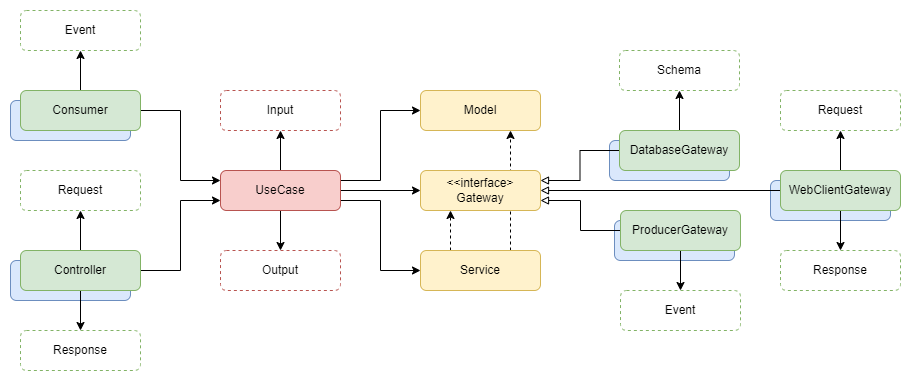
Above: imgs/arch.png in LuanPSantos/Clean-Architecture-Simplified (draw.io), before the change. Source tidied: cells renumbered, new cells last; positions are measured from the earlier drawing's top-left corner, leaving out a move shared by most shapes.
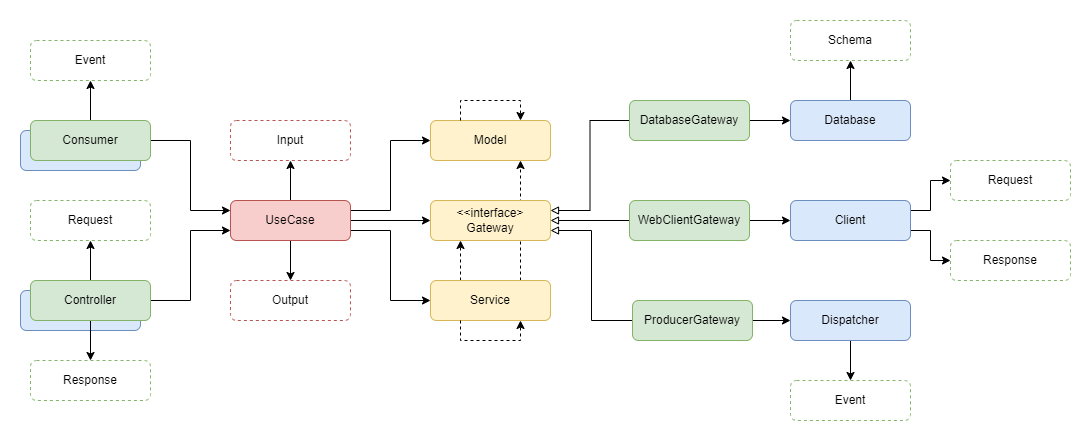
After the commit.

Diff of the diagram source:
```diff
@@ -3,130 +3,150 @@
     <mxCell id="0" />
     <mxCell id="1" parent="0" />
     <mxCell id="2" style="rounded=1;whiteSpace=wrap;html=1;strokeColor=#6c8ebf;fillColor=#dae8fc;" parent="1" vertex="1">
-      <mxGeometry x="604" y="210" width="120" height="40" as="geometry" />
+      <mxGeometry x="-30" y="230" width="120" height="40" as="geometry" />
     </mxCell>
     <mxCell id="3" style="rounded=1;whiteSpace=wrap;html=1;strokeColor=#6c8ebf;fillColor=#dae8fc;" parent="1" vertex="1">
-      <mxGeometry x="599" y="130" width="120" height="40" as="geometry" />
+      <mxGeometry x="-30" y="70" width="120" height="40" as="geometry" />
     </mxCell>
-    <mxCell id="4" style="rounded=1;whiteSpace=wrap;html=1;strokeColor=#6c8ebf;fillColor=#dae8fc;" parent="1" vertex="1">
-      <mxGeometry x="760" y="170" width="120" height="40" as="geometry" />
+    <mxCell id="4" style="edgeStyle=orthogonalEdgeStyle;rounded=0;jettySize=auto;html=1;exitX=1;exitY=0.25;exitDx=0;exitDy=0;entryX=0;entryY=0.5;entryDx=0;entryDy=0;endArrow=classic;endFill=1;" parent="1" edge="1" source="9" target="14">
+      <mxGeometry relative="1" as="geometry" />
     </mxCell>
-    <mxCell id="5" style="rounded=1;whiteSpace=wrap;html=1;strokeColor=#6c8ebf;fillColor=#dae8fc;" parent="1" vertex="1">
-      <mxGeometry y="250" width="120" height="40" as="geometry" />
+    <mxCell id="5" style="edgeStyle=orthogonalEdgeStyle;rounded=0;jettySize=auto;html=1;exitX=0.5;exitY=0;exitDx=0;exitDy=0;entryX=0.5;entryY=1;entryDx=0;entryDy=0;endArrow=classic;endFill=1;" parent="1" edge="1" source="9" target="23">
+      <mxGeometry relative="1" as="geometry" />
     </mxCell>
-    <mxCell id="6" style="rounded=1;whiteSpace=wrap;html=1;strokeColor=#6c8ebf;fillColor=#dae8fc;" parent="1" vertex="1">
-      <mxGeometry y="90" width="120" height="40" as="geometry" />
+    <mxCell id="6" style="edgeStyle=orthogonalEdgeStyle;rounded=0;jettySize=auto;html=1;exitX=0.5;exitY=1;exitDx=0;exitDy=0;entryX=0.5;entryY=0;entryDx=0;entryDy=0;endArrow=classic;endFill=1;" parent="1" edge="1" source="9" target="24">
+      <mxGeometry relative="1" as="geometry" />
     </mxCell>
-    <mxCell id="7" style="edgeStyle=orthogonalEdgeStyle;rounded=0;jettySize=auto;html=1;exitX=1;exitY=0.25;exitDx=0;exitDy=0;entryX=0;entryY=0.5;entryDx=0;entryDy=0;endArrow=classic;endFill=1;" parent="1" edge="1" source="12" target="17">
+    <mxCell id="7" style="edgeStyle=orthogonalEdgeStyle;rounded=0;jettySize=auto;html=1;exitX=1;exitY=0.75;exitDx=0;exitDy=0;entryX=0;entryY=0.5;entryDx=0;entryDy=0;endArrow=classic;endFill=1;" parent="1" edge="1" source="9" target="17">
       <mxGeometry relative="1" as="geometry" />
     </mxCell>
-    <mxCell id="8" style="edgeStyle=orthogonalEdgeStyle;rounded=0;jettySize=auto;html=1;exitX=0.5;exitY=0;exitDx=0;exitDy=0;entryX=0.5;entryY=1;entryDx=0;entryDy=0;endArrow=classic;endFill=1;" parent="1" edge="1" source="12" target="27">
+    <mxCell id="8" style="edgeStyle=orthogonalEdgeStyle;rounded=0;jettySize=auto;html=1;exitX=1;exitY=0.5;exitDx=0;exitDy=0;entryX=0;entryY=0.5;entryDx=0;entryDy=0;endArrow=classic;endFill=1;" parent="1" edge="1" source="9" target="41">
       <mxGeometry relative="1" as="geometry" />
     </mxCell>
-    <mxCell id="9" style="edgeStyle=orthogonalEdgeStyle;rounded=0;jettySize=auto;html=1;exitX=0.5;exitY=1;exitDx=0;exitDy=0;entryX=0.5;entryY=0;entryDx=0;entryDy=0;endArrow=classic;endFill=1;" parent="1" edge="1" source="12" target="28">
-      <mxGeometry relative="1" as="geometry" />
+    <mxCell id="9" value="UseCase" style="rounded=1;whiteSpace=wrap;html=1;strokeColor=#b85450;fillColor=#f8cecc;" parent="1" vertex="1">
+      <mxGeometry x="180" y="140" width="120" height="40" as="geometry" />
     </mxCell>
-    <mxCell id="10" style="edgeStyle=orthogonalEdgeStyle;rounded=0;jettySize=auto;html=1;exitX=1;exitY=0.75;exitDx=0;exitDy=0;entryX=0;entryY=0.5;entryDx=0;entryDy=0;endArrow=classic;endFill=1;" parent="1" edge="1" source="12" target="20">
+    <mxCell id="10" style="edgeStyle=orthogonalEdgeStyle;rounded=0;jettySize=auto;html=1;exitX=1;exitY=0.5;exitDx=0;exitDy=0;entryX=0;entryY=0.75;entryDx=0;entryDy=0;endArrow=classic;endFill=1;" parent="1" edge="1" source="13" target="9">
       <mxGeometry relative="1" as="geometry" />
     </mxCell>
-    <mxCell id="11" style="edgeStyle=orthogonalEdgeStyle;rounded=0;jettySize=auto;html=1;exitX=1;exitY=0.5;exitDx=0;exitDy=0;entryX=0;entryY=0.5;entryDx=0;entryDy=0;endArrow=classic;endFill=1;" parent="1" edge="1" source="12" target="43">
+    <mxCell id="11" style="edgeStyle=orthogonalEdgeStyle;rounded=0;jettySize=auto;html=1;exitX=0.5;exitY=0;exitDx=0;exitDy=0;entryX=0.5;entryY=1;entryDx=0;entryDy=0;endArrow=classic;endFill=1;" parent="1" edge="1" source="13" target="21">
       <mxGeometry relative="1" as="geometry" />
     </mxCell>
-    <mxCell id="12" value="UseCase" style="rounded=1;whiteSpace=wrap;html=1;strokeColor=#b85450;fillColor=#f8cecc;" parent="1" vertex="1">
-      <mxGeometry x="210" y="160" width="120" height="40" as="geometry" />
+    <mxCell id="12" style="edgeStyle=orthogonalEdgeStyle;rounded=0;jettySize=auto;html=1;exitX=0.5;exitY=1;exitDx=0;exitDy=0;entryX=0.5;entryY=0;entryDx=0;entryDy=0;endArrow=classic;endFill=1;" parent="1" edge="1" source="13" target="22">
+      <mxGeometry relative="1" as="geometry" />
     </mxCell>
-    <mxCell id="13" style="edgeStyle=orthogonalEdgeStyle;rounded=0;jettySize=auto;html=1;exitX=1;exitY=0.5;exitDx=0;exitDy=0;entryX=0;entryY=0.75;entryDx=0;entryDy=0;endArrow=classic;endFill=1;" parent="1" edge="1" source="16" target="12">
-      <mxGeometry relative="1" as="geometry" />
+    <mxCell id="13" value="Controller" style="rounded=1;whiteSpace=wrap;html=1;strokeColor=#82b366;fillColor=#d5e8d4;" parent="1" vertex="1">
+      <mxGeometry x="-20" y="220" width="120" height="40" as="geometry" />
     </mxCell>
-    <mxCell id="14" style="edgeStyle=orthogonalEdgeStyle;rounded=0;jettySize=auto;html=1;exitX=0.5;exitY=0;exitDx=0;exitDy=0;entryX=0.5;entryY=1;entryDx=0;entryDy=0;endArrow=classic;endFill=1;" parent="1" edge="1" source="16" target="25">
-      <mxGeometry relative="1" as="geometry" />
+    <mxCell id="14" value="Model" style="rounded=1;whiteSpace=wrap;html=1;strokeColor=#d6b656;fillColor=#fff2cc;" parent="1" vertex="1">
+      <mxGeometry x="380" y="60" width="120" height="40" as="geometry" />
     </mxCell>
-    <mxCell id="15" style="edgeStyle=orthogonalEdgeStyle;rounded=0;jettySize=auto;html=1;exitX=0.5;exitY=1;exitDx=0;exitDy=0;entryX=0.5;entryY=0;entryDx=0;entryDy=0;endArrow=classic;endFill=1;" parent="1" edge="1" source="16" target="26">
+    <mxCell id="15" style="edgeStyle=orthogonalEdgeStyle;rounded=0;jettySize=auto;html=1;exitX=0.25;exitY=0;exitDx=0;exitDy=0;entryX=0.25;entryY=1;entryDx=0;entryDy=0;dashed=1;" parent="1" edge="1" source="17" target="41">
       <mxGeometry relative="1" as="geometry" />
     </mxCell>
-    <mxCell id="16" value="Controller" style="rounded=1;whiteSpace=wrap;html=1;strokeColor=#82b366;fillColor=#d5e8d4;" parent="1" vertex="1">
-      <mxGeometry x="10" y="240" width="120" height="40" as="geometry" />
+    <mxCell id="16" style="edgeStyle=orthogonalEdgeStyle;rounded=0;jettySize=auto;html=1;exitX=0.75;exitY=0;exitDx=0;exitDy=0;entryX=0.75;entryY=1;entryDx=0;entryDy=0;dashed=1;" parent="1" edge="1" source="17" target="14">
+      <mxGeometry relative="1" as="geometry" />
     </mxCell>
-    <mxCell id="17" value="Model" style="rounded=1;whiteSpace=wrap;html=1;strokeColor=#d6b656;fillColor=#fff2cc;" parent="1" vertex="1">
-      <mxGeometry x="410" y="80" width="120" height="40" as="geometry" />
+    <mxCell id="17" value="Service" style="rounded=1;whiteSpace=wrap;html=1;strokeColor=#d6b656;fillColor=#fff2cc;" parent="1" vertex="1">
+      <mxGeometry x="380" y="220" width="120" height="40" as="geometry" />
     </mxCell>
-    <mxCell id="18" style="edgeStyle=orthogonalEdgeStyle;rounded=0;jettySize=auto;html=1;exitX=0.25;exitY=0;exitDx=0;exitDy=0;entryX=0.25;entryY=1;entryDx=0;entryDy=0;dashed=1;" parent="1" edge="1" source="20" target="43">
+    <mxCell id="18" style="edgeStyle=orthogonalEdgeStyle;rounded=0;jettySize=auto;html=1;exitX=1;exitY=0.75;exitDx=0;exitDy=0;entryX=0;entryY=0.5;entryDx=0;entryDy=0;" parent="1" edge="1" source="20" target="38">
       <mxGeometry relative="1" as="geometry" />
     </mxCell>
-    <mxCell id="19" style="edgeStyle=orthogonalEdgeStyle;rounded=0;jettySize=auto;html=1;exitX=0.75;exitY=0;exitDx=0;exitDy=0;entryX=0.75;entryY=1;entryDx=0;entryDy=0;dashed=1;" parent="1" edge="1" source="20" target="17">
+    <mxCell id="19" style="edgeStyle=orthogonalEdgeStyle;rounded=0;jettySize=auto;html=1;exitX=1;exitY=0.25;exitDx=0;exitDy=0;entryX=0;entryY=0.5;entryDx=0;entryDy=0;" parent="1" edge="1" source="20" target="37">
       <mxGeometry relative="1" as="geometry" />
     </mxCell>
-    <mxCell id="20" value="Service" style="rounded=1;whiteSpace=wrap;html=1;strokeColor=#d6b656;fillColor=#fff2cc;" parent="1" vertex="1">
-      <mxGeometry x="410" y="240" width="120" height="40" as="geometry" />
+    <mxCell id="20" value="Client" style="rounded=1;whiteSpace=wrap;html=1;strokeColor=#6c8ebf;fillColor=#dae8fc;" parent="1" vertex="1">
+      <mxGeometry x="740" y="140" width="120" height="40" as="geometry" />
     </mxCell>
-    <mxCell id="21" style="edgeStyle=orthogonalEdgeStyle;rounded=0;jettySize=auto;html=1;exitX=0.5;exitY=1;exitDx=0;exitDy=0;entryX=0.5;entryY=0;entryDx=0;entryDy=0;" parent="1" edge="1" source="24" target="40">
-      <mxGeometry relative="1" as="geometry" />
+    <mxCell id="21" value="Request" style="rounded=1;whiteSpace=wrap;html=1;fillColor=default;strokeColor=#82b366;dashed=1;" parent="1" vertex="1">
+      <mxGeometry x="-20" y="140" width="120" height="40" as="geometry" />
     </mxCell>
-    <mxCell id="22" style="edgeStyle=orthogonalEdgeStyle;rounded=0;jettySize=auto;html=1;exitX=0.5;exitY=0;exitDx=0;exitDy=0;entryX=0.5;entryY=1;entryDx=0;entryDy=0;" parent="1" edge="1" source="24" target="39">
-      <mxGeometry relative="1" as="geometry" />
+    <mxCell id="22" value="Response" style="rounded=1;whiteSpace=wrap;html=1;fillColor=default;strokeColor=#82b366;dashed=1;" parent="1" vertex="1">
+      <mxGeometry x="-20" y="300" width="120" height="40" as="geometry" />
     </mxCell>
-    <mxCell id="23" style="edgeStyle=orthogonalEdgeStyle;rounded=0;jettySize=auto;html=1;exitX=0;exitY=0.5;exitDx=0;exitDy=0;entryX=1;entryY=0.5;entryDx=0;entryDy=0;endArrow=block;endFill=0;" parent="1" edge="1" source="24" target="43">
-      <mxGeometry relative="1" as="geometry" />
+    <mxCell id="23" value="Input" style="rounded=1;whiteSpace=wrap;html=1;fillColor=default;strokeColor=#b85450;dashed=1;" parent="1" vertex="1">
+      <mxGeometry x="180" y="60" width="120" height="40" as="geometry" />
     </mxCell>
-    <mxCell id="24" value="WebClientGateway" style="rounded=1;whiteSpace=wrap;html=1;strokeColor=#82b366;fillColor=#d5e8d4;" parent="1" vertex="1">
-      <mxGeometry x="770" y="160" width="120" height="40" as="geometry" />
+    <mxCell id="24" value="Output" style="rounded=1;whiteSpace=wrap;html=1;fillColor=default;strokeColor=#b85450;dashed=1;" parent="1" vertex="1">
+      <mxGeometry x="180" y="220" width="120" height="40" as="geometry" />
     </mxCell>
-    <mxCell id="25" value="Request" style="rounded=1;whiteSpace=wrap;html=1;fillColor=default;strokeColor=#82b366;dashed=1;" parent="1" vertex="1">
-      <mxGeometry x="10" y="160" width="120" height="40" as="geometry" />
+    <mxCell id="25" style="edgeStyle=orthogonalEdgeStyle;rounded=0;jettySize=auto;html=1;exitX=0.5;exitY=0;exitDx=0;exitDy=0;entryX=0.5;entryY=1;entryDx=0;entryDy=0;endArrow=classic;endFill=1;" parent="1" edge="1" source="27" target="28">
+      <mxGeometry relative="1" as="geometry" />
     </mxCell>
-    <mxCell id="26" value="Response" style="rounded=1;whiteSpace=wrap;html=1;fillColor=default;strokeColor=#82b366;dashed=1;" parent="1" vertex="1">
-      <mxGeometry x="10" y="320" width="120" height="40" as="geometry" />
+    <mxCell id="26" style="edgeStyle=orthogonalEdgeStyle;rounded=0;jettySize=auto;html=1;exitX=1;exitY=0.5;exitDx=0;exitDy=0;entryX=0;entryY=0.25;entryDx=0;entryDy=0;endArrow=classic;endFill=1;" parent="1" edge="1" source="27" target="9">
+      <mxGeometry relative="1" as="geometry" />
     </mxCell>
-    <mxCell id="27" value="Input" style="rounded=1;whiteSpace=wrap;html=1;fillColor=default;strokeColor=#b85450;dashed=1;" parent="1" vertex="1">
-      <mxGeometry x="210" y="80" width="120" height="40" as="geometry" />
+    <mxCell id="27" value="Consumer" style="rounded=1;whiteSpace=wrap;html=1;strokeColor=#82b366;fillColor=#d5e8d4;" parent="1" vertex="1">
+      <mxGeometry x="-20" y="60" width="120" height="40" as="geometry" />
     </mxCell>
-    <mxCell id="28" value="Output" style="rounded=1;whiteSpace=wrap;html=1;fillColor=default;strokeColor=#b85450;dashed=1;" parent="1" vertex="1">
-      <mxGeometry x="210" y="240" width="120" height="40" as="geometry" />
+    <mxCell id="28" value="Event" style="rounded=1;whiteSpace=wrap;html=1;fillColor=default;strokeColor=#82b366;dashed=1;" parent="1" vertex="1">
+      <mxGeometry x="-20" y="-20" width="120" height="40" as="geometry" />
     </mxCell>
-    <mxCell id="29" style="edgeStyle=orthogonalEdgeStyle;rounded=0;jettySize=auto;html=1;exitX=0.5;exitY=0;exitDx=0;exitDy=0;entryX=0.5;entryY=1;entryDx=0;entryDy=0;endArrow=classic;endFill=1;" parent="1" edge="1" source="31" target="32">
+    <mxCell id="29" style="edgeStyle=orthogonalEdgeStyle;rounded=0;jettySize=auto;html=1;exitX=0;exitY=0.5;exitDx=0;exitDy=0;entryX=1;entryY=0.75;entryDx=0;entryDy=0;endArrow=block;endFill=0;" parent="1" edge="1" source="32" target="41">
       <mxGeometry relative="1" as="geometry" />
     </mxCell>
-    <mxCell id="30" style="edgeStyle=orthogonalEdgeStyle;rounded=0;jettySize=auto;html=1;exitX=1;exitY=0.5;exitDx=0;exitDy=0;entryX=0;entryY=0.25;entryDx=0;entryDy=0;endArrow=classic;endFill=1;" parent="1" edge="1" source="31" target="12">
+    <mxCell id="30" style="edgeStyle=orthogonalEdgeStyle;rounded=0;jettySize=auto;html=1;exitX=0.5;exitY=1;exitDx=0;exitDy=0;entryX=0.5;entryY=0;entryDx=0;entryDy=0;" parent="1" edge="1" source="46" target="40">
       <mxGeometry relative="1" as="geometry" />
     </mxCell>
-    <mxCell id="31" value="Consumer" style="rounded=1;whiteSpace=wrap;html=1;strokeColor=#82b366;fillColor=#d5e8d4;" parent="1" vertex="1">
-      <mxGeometry x="10" y="80" width="120" height="40" as="geometry" />
+    <mxCell id="31" style="edgeStyle=orthogonalEdgeStyle;rounded=0;jettySize=auto;html=1;exitX=1;exitY=0.5;exitDx=0;exitDy=0;entryX=0;entryY=0.5;entryDx=0;entryDy=0;endArrow=classic;endFill=1;" parent="1" edge="1" source="32" target="46">
+      <mxGeometry relative="1" as="geometry" />
     </mxCell>
-    <mxCell id="32" value="Event" style="rounded=1;whiteSpace=wrap;html=1;fillColor=default;strokeColor=#82b366;dashed=1;" parent="1" vertex="1">
-      <mxGeometry x="10" width="120" height="40" as="geometry" />
+    <mxCell id="32" value="ProducerGateway" style="rounded=1;whiteSpace=wrap;html=1;strokeColor=#82b366;fillColor=#d5e8d4;" parent="1" vertex="1">
+      <mxGeometry x="582" y="240" width="120" height="40" as="geometry" />
     </mxCell>
-    <mxCell id="33" style="edgeStyle=orthogonalEdgeStyle;rounded=0;jettySize=auto;html=1;exitX=0;exitY=0.5;exitDx=0;exitDy=0;entryX=1;entryY=0.75;entryDx=0;entryDy=0;endArrow=block;endFill=0;" parent="1" edge="1" source="35" target="43">
+    <mxCell id="33" style="edgeStyle=orthogonalEdgeStyle;rounded=0;jettySize=auto;html=1;exitX=0.5;exitY=0;exitDx=0;exitDy=0;entryX=0.5;entryY=1;entryDx=0;entryDy=0;" parent="1" edge="1" source="42" target="39">
       <mxGeometry relative="1" as="geometry" />
     </mxCell>
-    <mxCell id="34" style="edgeStyle=orthogonalEdgeStyle;rounded=0;jettySize=auto;html=1;exitX=0.5;exitY=1;exitDx=0;exitDy=0;entryX=0.5;entryY=0;entryDx=0;entryDy=0;" parent="1" edge="1" source="35" target="42">
+    <mxCell id="34" style="edgeStyle=orthogonalEdgeStyle;rounded=0;jettySize=auto;html=1;exitX=0;exitY=0.5;exitDx=0;exitDy=0;entryX=1;entryY=0.25;entryDx=0;entryDy=0;endArrow=block;endFill=0;" parent="1" edge="1" source="36" target="41">
       <mxGeometry relative="1" as="geometry" />
     </mxCell>
-    <mxCell id="35" value="ProducerGateway" style="rounded=1;whiteSpace=wrap;html=1;strokeColor=#82b366;fillColor=#d5e8d4;" parent="1" vertex="1">
-      <mxGeometry x="610" y="200" width="120" height="40" as="geometry" />
+    <mxCell id="35" style="edgeStyle=orthogonalEdgeStyle;rounded=0;jettySize=auto;html=1;exitX=1;exitY=0.5;exitDx=0;exitDy=0;entryX=0;entryY=0.5;entryDx=0;entryDy=0;" parent="1" edge="1" source="36" target="42">
+      <mxGeometry relative="1" as="geometry" />
     </mxCell>
-    <mxCell id="36" style="edgeStyle=orthogonalEdgeStyle;rounded=0;jettySize=auto;html=1;exitX=0.5;exitY=0;exitDx=0;exitDy=0;entryX=0.5;entryY=1;entryDx=0;entryDy=0;" parent="1" edge="1" source="38" target="41">
-      <mxGeometry relative="1" as="geometry" />
+    <mxCell id="36" value="DatabaseGateway" style="rounded=1;whiteSpace=wrap;html=1;strokeColor=#82b366;fillColor=#d5e8d4;" parent="1" vertex="1">
+      <mxGeometry x="579" y="40" width="120" height="40" as="geometry" />
     </mxCell>
-    <mxCell id="37" style="edgeStyle=orthogonalEdgeStyle;rounded=0;jettySize=auto;html=1;exitX=0;exitY=0.5;exitDx=0;exitDy=0;entryX=1;entryY=0.25;entryDx=0;entryDy=0;endArrow=block;endFill=0;" parent="1" edge="1" source="38" target="43">
-      <mxGeometry relative="1" as="geometry" />
+    <mxCell id="37" value="Request" style="rounded=1;whiteSpace=wrap;html=1;strokeColor=#82b366;fillColor=default;dashed=1;" parent="1" vertex="1">
+      <mxGeometry x="900" y="100" width="120" height="40" as="geometry" />
     </mxCell>
-    <mxCell id="38" value="DatabaseGateway" style="rounded=1;whiteSpace=wrap;html=1;strokeColor=#82b366;fillColor=#d5e8d4;" parent="1" vertex="1">
-      <mxGeometry x="609" y="120" width="120" height="40" as="geometry" />
+    <mxCell id="38" value="Response" style="rounded=1;whiteSpace=wrap;html=1;strokeColor=#82b366;fillColor=default;dashed=1;" parent="1" vertex="1">
+      <mxGeometry x="900" y="180" width="120" height="40" as="geometry" />
     </mxCell>
-    <mxCell id="39" value="Request" style="rounded=1;whiteSpace=wrap;html=1;strokeColor=#82b366;fillColor=default;dashed=1;" parent="1" vertex="1">
-      <mxGeometry x="770" y="80" width="120" height="40" as="geometry" />
+    <mxCell id="39" value="Schema" style="rounded=1;whiteSpace=wrap;html=1;strokeColor=#82b366;fillColor=default;dashed=1;" parent="1" vertex="1">
+      <mxGeometry x="740" y="-40" width="120" height="40" as="geometry" />
     </mxCell>
-    <mxCell id="40" value="Response" style="rounded=1;whiteSpace=wrap;html=1;strokeColor=#82b366;fillColor=default;dashed=1;" parent="1" vertex="1">
-      <mxGeometry x="770" y="240" width="120" height="40" as="geometry" />
+    <mxCell id="40" value="Event" style="rounded=1;whiteSpace=wrap;html=1;strokeColor=#82b366;fillColor=default;dashed=1;" parent="1" vertex="1">
+      <mxGeometry x="740" y="320" width="120" height="40" as="geometry" />
     </mxCell>
-    <mxCell id="41" value="Schema" style="rounded=1;whiteSpace=wrap;html=1;strokeColor=#82b366;fillColor=default;dashed=1;" parent="1" vertex="1">
-      <mxGeometry x="609" y="40" width="120" height="40" as="geometry" />
+    <mxCell id="41" value="&amp;lt;&amp;lt;interface&amp;gt;&lt;br&gt;Gateway" style="rounded=1;whiteSpace=wrap;html=1;strokeColor=#d6b656;fillColor=#fff2cc;" parent="1" vertex="1">
+      <mxGeometry x="380" y="140" width="120" height="40" as="geometry" />
     </mxCell>
-    <mxCell id="42" value="Event" style="rounded=1;whiteSpace=wrap;html=1;strokeColor=#82b366;fillColor=default;dashed=1;" parent="1" vertex="1">
-      <mxGeometry x="610" y="280" width="120" height="40" as="geometry" />
+    <mxCell id="42" value="Database" style="rounded=1;whiteSpace=wrap;html=1;strokeColor=#6c8ebf;fillColor=#dae8fc;" parent="1" vertex="1">
+      <mxGeometry x="740" y="40" width="120" height="40" as="geometry" />
     </mxCell>
-    <mxCell id="43" value="&amp;lt;&amp;lt;interface&amp;gt;&lt;br&gt;Gateway" style="rounded=1;whiteSpace=wrap;html=1;strokeColor=#d6b656;fillColor=#fff2cc;" parent="1" vertex="1">
-      <mxGeometry x="410" y="160" width="120" height="40" as="geometry" />
+    <mxCell id="43" style="edgeStyle=orthogonalEdgeStyle;rounded=0;jettySize=auto;html=1;exitX=1;exitY=0.5;exitDx=0;exitDy=0;entryX=0;entryY=0.5;entryDx=0;entryDy=0;" parent="1" edge="1" source="45" target="20">
+      <mxGeometry relative="1" as="geometry" />
     </mxCell>
+    <mxCell id="44" style="edgeStyle=orthogonalEdgeStyle;rounded=0;jettySize=auto;html=1;exitX=0;exitY=0.5;exitDx=0;exitDy=0;entryX=1;entryY=0.5;entryDx=0;entryDy=0;endArrow=block;endFill=0;" parent="1" edge="1" source="45" target="41">
+      <mxGeometry relative="1" as="geometry" />
+    </mxCell>
+    <mxCell id="45" value="WebClientGateway" style="rounded=1;whiteSpace=wrap;html=1;strokeColor=#82b366;fillColor=#d5e8d4;" parent="1" vertex="1">
+      <mxGeometry x="579" y="140" width="120" height="40" as="geometry" />
+    </mxCell>
+    <mxCell id="46" value="Dispatcher" style="rounded=1;whiteSpace=wrap;html=1;strokeColor=#6c8ebf;fillColor=#dae8fc;" parent="1" vertex="1">
+      <mxGeometry x="740" y="240" width="120" height="40" as="geometry" />
+    </mxCell>
+    <mxCell id="47" style="edgeStyle=orthogonalEdgeStyle;rounded=0;orthogonalLoop=1;jettySize=auto;html=1;exitX=0.25;exitY=1;exitDx=0;exitDy=0;entryX=0.75;entryY=1;entryDx=0;entryDy=0;dashed=1;" parent="1" edge="1" source="17" target="17">
+      <mxGeometry relative="1" as="geometry" />
+    </mxCell>
+    <mxCell id="48" style="edgeStyle=orthogonalEdgeStyle;rounded=0;orthogonalLoop=1;jettySize=auto;html=1;exitX=0.25;exitY=0;exitDx=0;exitDy=0;entryX=0.75;entryY=0;entryDx=0;entryDy=0;dashed=1;" parent="1" edge="1" source="14" target="14">
+      <mxGeometry relative="1" as="geometry">
+        <Array as="points">
+          <mxPoint x="410" y="40" />
+          <mxPoint x="470" y="40" />
+        </Array>
+      </mxGeometry>
+    </mxCell>
   </root>
 </mxGraphModel>
```
